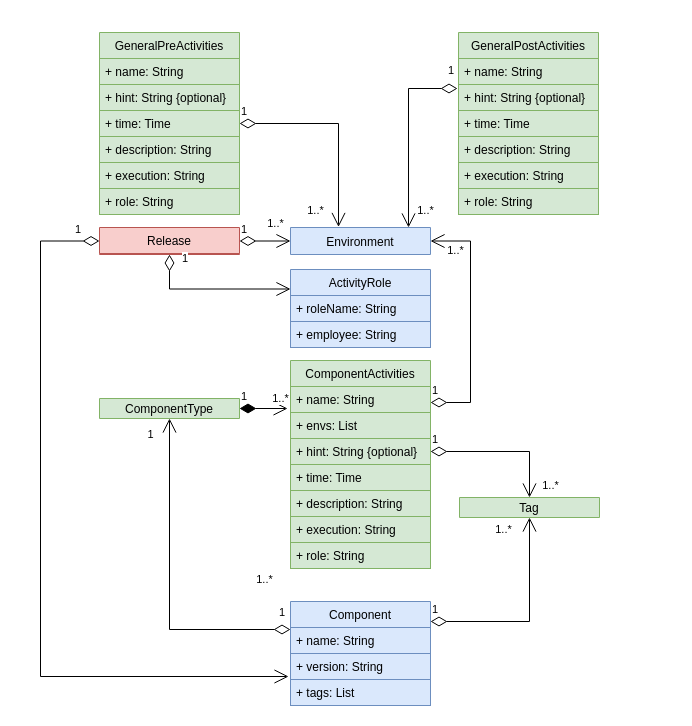
The draw.io diagram model.drawio in jorgekue/delivery-master, before the edit. Source tidied: cells renumbered, new cells numbered last; positions are measured from the earlier drawing's top-left corner, leaving out a move shared by most shapes. Both pictures are drawn from the tidied source at 100%, with x=0, y=0 at pixel (40, 32).
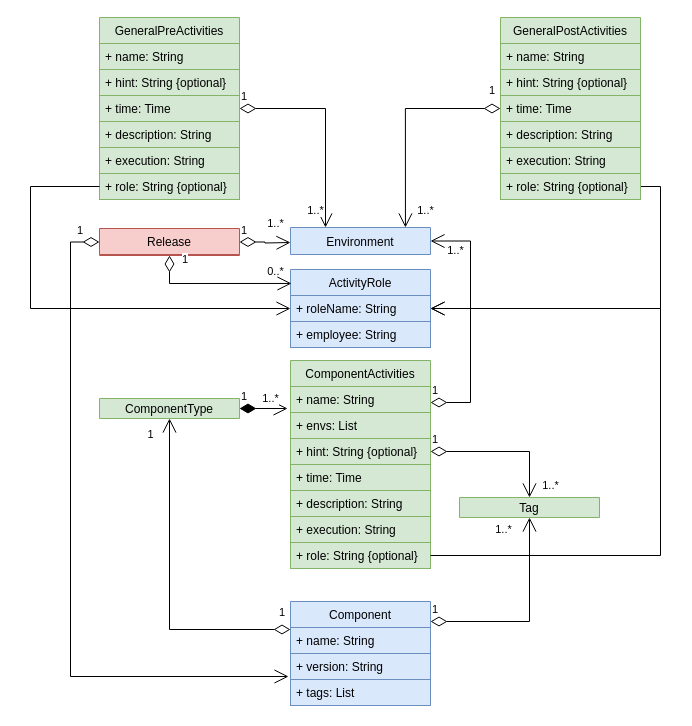
After the change.

Unchanged cells that the change refers to:
```xml
<mxCell id="10" value="+ name: String" style="text;strokeColor=#82b366;fillColor=#d5e8d4;align=left;verticalAlign=top;spacingLeft=4;spacingRight=4;overflow=hidden;points=[[0,0.5],[1,0.5]];portConstraint=eastwest;" parent="9" vertex="1">
  <mxGeometry y="26" width="140" height="26" as="geometry" />
</mxCell>
<mxCell id="12" value="+ time: Time" style="text;strokeColor=#82b366;fillColor=#d5e8d4;align=left;verticalAlign=top;spacingLeft=4;spacingRight=4;overflow=hidden;points=[[0,0.5],[1,0.5]];portConstraint=eastwest;" parent="9" vertex="1">
  <mxGeometry y="78" width="140" height="26" as="geometry" />
</mxCell>
<mxCell id="16" value="Environment" style="swimlane;fontStyle=0;horizontal=1;startSize=27;fillColor=#dae8fc;strokeColor=#6c8ebf;" parent="1" vertex="1">
  <mxGeometry x="250" y="195" width="140" height="27" as="geometry" />
</mxCell>
<mxCell id="19" value="+ version: String" style="text;strokeColor=#6c8ebf;fillColor=#dae8fc;align=left;verticalAlign=top;spacingLeft=4;spacingRight=4;overflow=hidden;points=[[0,0.5],[1,0.5]];portConstraint=eastwest;" parent="17" vertex="1">
  <mxGeometry y="52" width="140" height="26" as="geometry" />
</mxCell>
<mxCell id="22" value="ComponentActivities" style="swimlane;fontStyle=0;horizontal=1;startSize=26;fillColor=#d5e8d4;strokeColor=#82b366;" parent="1" vertex="1">
  <mxGeometry x="250" y="328" width="140" height="208" as="geometry" />
</mxCell>
<mxCell id="31" value="1" style="endArrow=open;html=1;endSize=12;startArrow=diamondThin;startSize=14;startFill=1;edgeStyle=orthogonalEdgeStyle;align=left;verticalAlign=bottom;rounded=0;exitX=1;exitY=0.5;exitDx=0;exitDy=0;entryX=-0.021;entryY=0.846;entryDx=0;entryDy=0;entryPerimeter=0;" parent="1" edge="1" source="21" target="23">
  <mxGeometry x="-1" y="3" relative="1" as="geometry" />
</mxCell>
<mxCell id="50" value="ActivityRole" style="swimlane;fontStyle=0;horizontal=1;startSize=26;fillColor=#dae8fc;strokeColor=#6c8ebf;" parent="1" vertex="1">
  <mxGeometry x="250" y="237" width="140" height="78" as="geometry" />
</mxCell>
<mxCell id="51" value="+ roleName: String" style="text;strokeColor=#6c8ebf;fillColor=#dae8fc;align=left;verticalAlign=top;spacingLeft=4;spacingRight=4;overflow=hidden;points=[[0,0.5],[1,0.5]];portConstraint=eastwest;" parent="50" vertex="1">
  <mxGeometry y="26" width="140" height="26" as="geometry" />
</mxCell>
```

Diff of the diagram source:
```diff
@@
     <mxCell id="2" value="GeneralPreActivities" style="swimlane;fontStyle=0;horizontal=1;startSize=26;fillColor=#d5e8d4;strokeColor=#82b366;" parent="1" vertex="1">
-      <mxGeometry x="59" width="140" height="182" as="geometry" />
+      <mxGeometry x="59" y="-15" width="140" height="182" as="geometry" />
     </mxCell>
@@
-    <mxCell id="8" value="+ role: String" style="text;strokeColor=#82b366;fillColor=#d5e8d4;align=left;verticalAlign=top;spacingLeft=4;spacingRight=4;overflow=hidden;points=[[0,0.5],[1,0.5]];portConstraint=eastwest;" parent="2" vertex="1">
+    <mxCell id="8" value="+ role: String {optional}" style="text;strokeColor=#82b366;fillColor=#d5e8d4;align=left;verticalAlign=top;spacingLeft=4;spacingRight=4;overflow=hidden;points=[[0,0.5],[1,0.5]];portConstraint=eastwest;" parent="2" vertex="1">
       <mxGeometry y="156" width="140" height="26" as="geometry" />
     </mxCell>
+    <mxCell id="54" style="edgeStyle=orthogonalEdgeStyle;rounded=0;jettySize=auto;html=1;exitX=1;exitY=0.5;exitDx=0;exitDy=0;endArrow=open;endFill=0;endSize=12;" parent="1" edge="1" source="15" target="51">
+      <mxGeometry relative="1" as="geometry" />
+    </mxCell>
     <mxCell id="9" value="GeneralPostActivities" style="swimlane;fontStyle=0;horizontal=1;startSize=26;fillColor=#d5e8d4;strokeColor=#82b366;" parent="1" vertex="1">
-      <mxGeometry x="418" width="140" height="182" as="geometry" />
+      <mxGeometry x="460" y="-15" width="140" height="182" as="geometry" />
     </mxCell>
@@
-    <mxCell id="15" value="+ role: String" style="text;strokeColor=#82b366;fillColor=#d5e8d4;align=left;verticalAlign=top;spacingLeft=4;spacingRight=4;overflow=hidden;points=[[0,0.5],[1,0.5]];portConstraint=eastwest;" parent="9" vertex="1">
+    <mxCell id="15" value="+ role: String {optional}" style="text;strokeColor=#82b366;fillColor=#d5e8d4;align=left;verticalAlign=top;spacingLeft=4;spacingRight=4;overflow=hidden;points=[[0,0.5],[1,0.5]];portConstraint=eastwest;" parent="9" vertex="1">
       <mxGeometry y="156" width="140" height="26" as="geometry" />
     </mxCell>
@@
-    <mxCell id="29" value="+ role: String" style="text;strokeColor=#82b366;fillColor=#d5e8d4;align=left;verticalAlign=top;spacingLeft=4;spacingRight=4;overflow=hidden;points=[[0,0.5],[1,0.5]];portConstraint=eastwest;" parent="22" vertex="1">
+    <mxCell id="29" value="+ role: String {optional}" style="text;strokeColor=#82b366;fillColor=#d5e8d4;align=left;verticalAlign=top;spacingLeft=4;spacingRight=4;overflow=hidden;points=[[0,0.5],[1,0.5]];portConstraint=eastwest;" parent="22" vertex="1">
       <mxGeometry y="182" width="140" height="26" as="geometry" />
     </mxCell>
@@
     <mxCell id="32" value="1..*" style="edgeLabel;html=1;align=center;verticalAlign=middle;" parent="31" vertex="1">
       <mxGeometry x="0.72" y="1" relative="1" as="geometry">
-        <mxPoint y="-9" as="offset" />
+        <mxPoint x="-10" y="-9" as="offset" />
       </mxGeometry>
     </mxCell>
@@
-    <mxCell id="38" value="1" style="endArrow=open;html=1;endSize=12;startArrow=diamondThin;startSize=14;startFill=0;edgeStyle=orthogonalEdgeStyle;align=left;verticalAlign=bottom;rounded=0;exitX=1;exitY=0.5;exitDx=0;exitDy=0;entryX=0.343;entryY=-0.019;entryDx=0;entryDy=0;entryPerimeter=0;" parent="1" edge="1" source="2" target="16">
+    <mxCell id="38" value="1" style="endArrow=open;html=1;endSize=12;startArrow=diamondThin;startSize=14;startFill=0;edgeStyle=orthogonalEdgeStyle;align=left;verticalAlign=bottom;rounded=0;exitX=1;exitY=0.5;exitDx=0;exitDy=0;entryX=0.25;entryY=0;entryDx=0;entryDy=0;" parent="1" edge="1" source="2" target="16">
       <mxGeometry x="-1" y="3" relative="1" as="geometry" />
     </mxCell>
@@
-    <mxCell id="43" value="1..*" style="edgeLabel;html=1;align=center;verticalAlign=middle;" parent="1" vertex="1">
-      <mxGeometry x="400" y="355" as="geometry">
+    <mxCell id="43" value="0..*" style="edgeLabel;html=1;align=center;verticalAlign=middle;" parent="1" vertex="1">
+      <mxGeometry x="220" y="376" as="geometry">
         <mxPoint x="14" y="-138" as="offset" />
       </mxGeometry>
     </mxCell>
-    <mxCell id="44" value="1" style="endArrow=open;html=1;endSize=12;startArrow=diamondThin;startSize=14;startFill=0;edgeStyle=orthogonalEdgeStyle;align=left;verticalAlign=bottom;rounded=0;exitX=-0.007;exitY=1.154;exitDx=0;exitDy=0;entryX=0.843;entryY=0;entryDx=0;entryDy=0;entryPerimeter=0;exitPerimeter=0;" parent="1" edge="1" source="10" target="16">
+    <mxCell id="44" value="1" style="endArrow=open;html=1;endSize=12;startArrow=diamondThin;startSize=14;startFill=0;edgeStyle=orthogonalEdgeStyle;align=left;verticalAlign=bottom;rounded=0;exitX=0;exitY=0.5;exitDx=0;exitDy=0;entryX=0.821;entryY=0;entryDx=0;entryDy=0;entryPerimeter=0;" parent="1" edge="1" source="12" target="16">
       <mxGeometry x="-0.88" y="-9" relative="1" as="geometry" />
     </mxCell>
     <mxCell id="45" value="Release" style="swimlane;fontStyle=0;horizontal=1;startSize=26;fillColor=#f8cecc;strokeColor=#b85450;" parent="1" vertex="1">
-      <mxGeometry x="59" y="195" width="140" height="27" as="geometry" />
+      <mxGeometry x="59" y="196" width="140" height="27" as="geometry" />
     </mxCell>
-    <mxCell id="46" value="1" style="endArrow=open;html=1;endSize=12;startArrow=diamondThin;startSize=14;startFill=0;edgeStyle=orthogonalEdgeStyle;align=left;verticalAlign=bottom;rounded=0;entryX=0;entryY=0.5;entryDx=0;entryDy=0;exitX=1;exitY=0.5;exitDx=0;exitDy=0;" parent="1" edge="1" source="45" target="16">
-      <mxGeometry x="-1" y="3" relative="1" as="geometry" />
+    <mxCell id="46" value="1" style="endArrow=open;html=1;endSize=12;startArrow=diamondThin;startSize=14;startFill=0;edgeStyle=orthogonalEdgeStyle;align=left;verticalAlign=bottom;rounded=0;" parent="1" edge="1" source="45">
+      <mxGeometry x="-1" y="3" relative="1" as="geometry">
+        <mxPoint x="250" y="210" as="targetPoint" />
+      </mxGeometry>
     </mxCell>
     <mxCell id="47" value="1" style="endArrow=open;html=1;endSize=12;startArrow=diamondThin;startSize=14;startFill=0;edgeStyle=orthogonalEdgeStyle;align=left;verticalAlign=bottom;rounded=0;exitX=0;exitY=0.5;exitDx=0;exitDy=0;entryX=-0.014;entryY=0.885;entryDx=0;entryDy=0;entryPerimeter=0;" parent="1" edge="1" source="45" target="19">
       <mxGeometry x="-0.93" y="-3" relative="1" as="geometry">
         <Array as="points">
-          <mxPoint y="209" />
-          <mxPoint y="644" />
+          <mxPoint x="30" y="209" />
+          <mxPoint x="30" y="644" />
         </Array>
       </mxGeometry>
     </mxCell>
@@
-    <mxCell id="49" value="1..*" style="edgeLabel;html=1;align=center;verticalAlign=middle;" parent="1" vertex="1">
-      <mxGeometry x="250" y="475" as="geometry">
-        <mxPoint x="-27" y="71" as="offset" />
-      </mxGeometry>
-    </mxCell>
@@
-    <mxCell id="53" value="1" style="endArrow=open;html=1;endSize=12;startArrow=diamondThin;startSize=14;startFill=0;edgeStyle=orthogonalEdgeStyle;align=left;verticalAlign=bottom;rounded=0;exitX=0.5;exitY=1;exitDx=0;exitDy=0;entryX=0;entryY=0.25;entryDx=0;entryDy=0;" parent="1" edge="1" source="45" target="50">
+    <mxCell id="53" value="1" style="endArrow=open;html=1;endSize=12;startArrow=diamondThin;startSize=14;startFill=0;edgeStyle=orthogonalEdgeStyle;align=left;verticalAlign=bottom;rounded=0;exitX=0.5;exitY=1;exitDx=0;exitDy=0;entryX=0.007;entryY=0.179;entryDx=0;entryDy=0;entryPerimeter=0;" parent="1" edge="1" source="45" target="50">
       <mxGeometry x="-0.83" y="11" relative="1" as="geometry" />
     </mxCell>
+    <mxCell id="49" value="1..*" style="edgeLabel;html=1;align=center;verticalAlign=middle;" parent="1" vertex="1">
+      <mxGeometry x="400" y="355" as="geometry">
+        <mxPoint x="14" y="-138" as="offset" />
+      </mxGeometry>
+    </mxCell>
+    <mxCell id="55" style="edgeStyle=orthogonalEdgeStyle;rounded=0;jettySize=auto;html=1;exitX=0;exitY=0.5;exitDx=0;exitDy=0;endArrow=open;endFill=0;endSize=12;entryX=0;entryY=0.5;entryDx=0;entryDy=0;" parent="1" edge="1" source="8" target="50">
+      <mxGeometry relative="1" as="geometry">
+        <Array as="points">
+          <mxPoint x="-10" y="154" />
+          <mxPoint x="-10" y="276" />
+        </Array>
+      </mxGeometry>
+    </mxCell>
+    <mxCell id="56" style="edgeStyle=orthogonalEdgeStyle;rounded=0;jettySize=auto;html=1;exitX=1;exitY=0.5;exitDx=0;exitDy=0;endArrow=open;endFill=0;endSize=12;entryX=1;entryY=0.5;entryDx=0;entryDy=0;" parent="1" edge="1" source="29" target="50">
+      <mxGeometry relative="1" as="geometry">
+        <Array as="points">
+          <mxPoint x="620" y="523" />
+          <mxPoint x="620" y="276" />
+        </Array>
+      </mxGeometry>
+    </mxCell>
```
